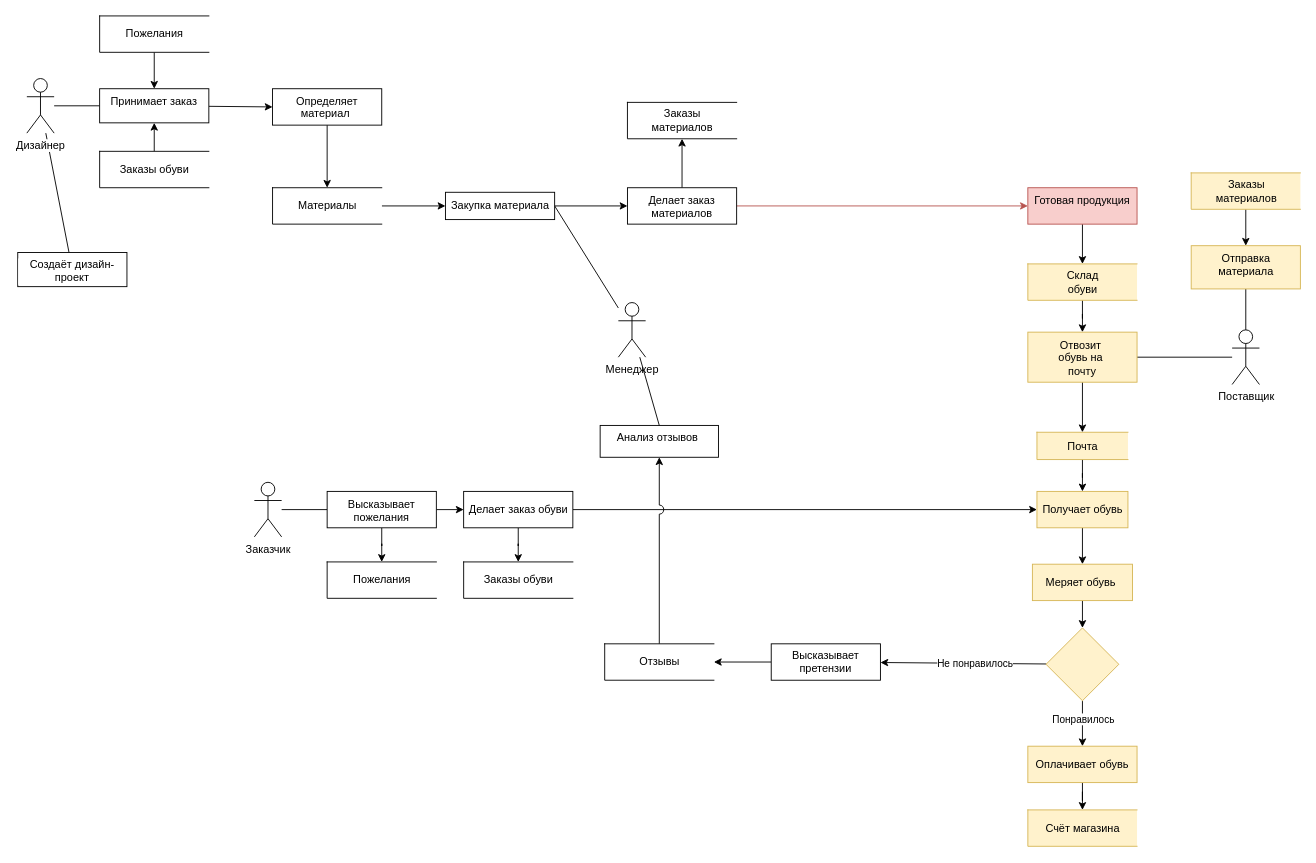
Before: DFD.drawio in MorozovStanislav/Repozitory, a draw.io diagram. Source tidied: cells renumbered, new cells numbered last; positions are measured from the earlier drawing's top-left corner, leaving out a move shared by most shapes. Both pictures are drawn from the tidied source at 91%, with x=0, y=0 at pixel (17, 15).
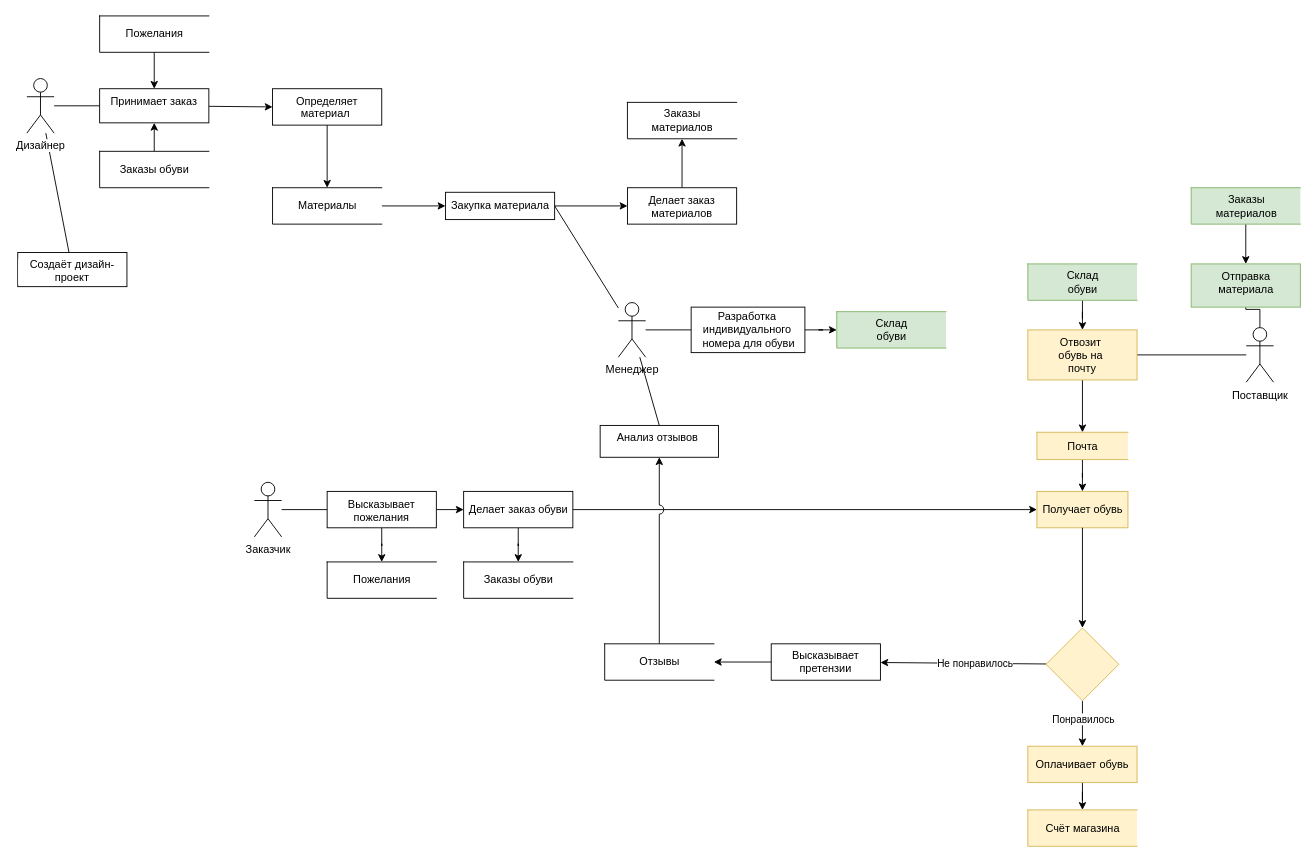
After the change.

The change refers to these unchanged cells:
```xml
<mxCell id="2" value="Менеджер" style="shape=umlActor;verticalLabelPosition=bottom;verticalAlign=top;html=1;outlineConnect=0;" parent="1" vertex="1">
  <mxGeometry x="660" y="315" width="30" height="60" as="geometry" />
</mxCell>
<mxCell id="28" value="Делает заказ материалов" style="whiteSpace=wrap;html=1;verticalAlign=top;fillColor=default;strokeColor=default;fontColor=default;" parent="1" vertex="1">
  <mxGeometry x="670" y="188.8" width="120" height="40" as="geometry" />
</mxCell>
<mxCell id="41" style="rhombus;whiteSpace=wrap;html=1;dashed=0;fillColor=#fff2cc;strokeColor=#d6b656;" parent="1" vertex="1">
  <mxGeometry x="1130" y="672.5" width="80" height="80" as="geometry" />
</mxCell>
```

Diff of the diagram source:
```diff
@@
-    <mxCell id="7" value="Поставщик" style="shape=umlActor;verticalLabelPosition=bottom;verticalAlign=top;html=1;outlineConnect=0;" parent="1" vertex="1">
-      <mxGeometry x="1334.5" y="345" width="30" height="60" as="geometry" />
+    <mxCell id="7" value="Поставщик" style="shape=umlActor;verticalLabelPosition=bottom;verticalAlign=top;html=1;outlineConnect=0;fillColor=default;strokeColor=default;fontColor=default;" parent="1" vertex="1">
+      <mxGeometry x="1350" y="342.5" width="30" height="60" as="geometry" />
     </mxCell>
@@
-    <mxCell id="27" style="edgeStyle=orthogonalEdgeStyle;rounded=0;sketch=0;jumpStyle=none;jumpSize=10;jettySize=auto;html=1;shadow=0;labelBorderColor=none;verticalAlign=middle;fillColor=#f8cecc;strokeColor=#b85450;" parent="1" edge="1" source="28" target="53">
-      <mxGeometry relative="1" as="geometry" />
-    </mxCell>
@@
-    <mxCell id="29" style="edgeStyle=none;rounded=0;jettySize=auto;html=1;endArrow=classic;endFill=1;strokeColor=default;" parent="1" edge="1" source="30" target="32">
-      <mxGeometry relative="1" as="geometry" />
-    </mxCell>
-    <mxCell id="30" value="Получает обувь" style="html=1;dashed=0;whitespace=wrap;fillColor=#fff2cc;strokeColor=#d6b656;" parent="1" vertex="1">
+    <mxCell id="30" value="Получает обувь" style="html=1;dashed=0;whitespace=wrap;fillColor=#fff2cc;strokeColor=#d6b656;fontColor=default;" parent="1" vertex="1">
       <mxGeometry x="1120" y="522.5" width="100" height="40" as="geometry" />
     </mxCell>
-    <mxCell id="31" style="edgeStyle=none;rounded=0;jettySize=auto;html=1;endArrow=classic;endFill=1;strokeColor=#000000;" parent="1" edge="1" source="32" target="41">
+    <mxCell id="31" style="edgeStyle=none;rounded=0;jettySize=auto;html=1;endArrow=classic;endFill=1;strokeColor=#000000;labelBackgroundColor=default;fontColor=default;" parent="1" edge="1" source="30" target="41">
       <mxGeometry relative="1" as="geometry" />
     </mxCell>
-    <mxCell id="32" value="Меряет обувь&amp;nbsp;" style="whiteSpace=wrap;html=1;dashed=0;fillColor=#fff2cc;strokeColor=#d6b656;" parent="1" vertex="1">
-      <mxGeometry x="1115" y="602.5" width="110" height="40" as="geometry" />
-    </mxCell>
@@
-    <mxCell id="52" style="edgeStyle=orthogonalEdgeStyle;rounded=0;jettySize=auto;html=1;" parent="1" edge="1" source="53" target="55">
+    <mxCell id="52" style="edgeStyle=orthogonalEdgeStyle;rounded=0;jettySize=auto;html=1;strokeColor=default;labelBackgroundColor=default;fontColor=default;" parent="1" edge="1" source="68" target="55">
       <mxGeometry relative="1" as="geometry" />
     </mxCell>
-    <mxCell id="53" value="Готовая продукция" style="whiteSpace=wrap;html=1;verticalAlign=top;fillColor=#f8cecc;strokeColor=#b85450;fontColor=default;" parent="1" vertex="1">
-      <mxGeometry x="1110" y="188.8" width="120" height="40" as="geometry" />
-    </mxCell>
-    <mxCell id="54" style="edgeStyle=orthogonalEdgeStyle;rounded=0;jettySize=auto;html=1;" parent="1" edge="1" source="55" target="67">
-      <mxGeometry relative="1" as="geometry" />
-    </mxCell>
-    <mxCell id="55" value="Склад &lt;br&gt;обуви" style="html=1;dashed=0;whitespace=wrap;shape=partialRectangle;right=0;fillColor=#fff2cc;strokeColor=#d6b656;" parent="1" vertex="1">
-      <mxGeometry x="1110" y="272.5" width="120" height="40" as="geometry" />
+    <mxCell id="55" value="Склад &lt;br&gt;обуви" style="html=1;dashed=0;whitespace=wrap;shape=partialRectangle;right=0;fillColor=#d5e8d4;strokeColor=#82b366;labelBackgroundColor=none;fontColor=default;" parent="1" vertex="1">
+      <mxGeometry x="900" y="325" width="120" height="40" as="geometry" />
     </mxCell>
@@
-    <mxCell id="58" value="Отправка&lt;br&gt;материала" style="whiteSpace=wrap;html=1;verticalAlign=top;fillColor=#fff2cc;strokeColor=#d6b656;" parent="1" vertex="1">
-      <mxGeometry x="1289.5" y="252.5" width="120" height="47.5" as="geometry" />
+    <mxCell id="58" value="Отправка&lt;br&gt;материала" style="whiteSpace=wrap;html=1;verticalAlign=top;fillColor=#d5e8d4;strokeColor=#82b366;fontColor=default;" parent="1" vertex="1">
+      <mxGeometry x="1289.5" y="272.5" width="120" height="47.5" as="geometry" />
     </mxCell>
@@
-    <mxCell id="60" value="Заказы &lt;br&gt;материалов" style="html=1;dashed=0;whitespace=wrap;shape=partialRectangle;right=0;fillColor=#fff2cc;strokeColor=#d6b656;" parent="1" vertex="1">
-      <mxGeometry x="1289.5" y="172.5" width="120" height="40" as="geometry" />
+    <mxCell id="60" value="Заказы &lt;br&gt;материалов" style="html=1;dashed=0;whitespace=wrap;shape=partialRectangle;right=0;fillColor=#d5e8d4;strokeColor=#82b366;fontColor=default;" parent="1" vertex="1">
+      <mxGeometry x="1289.5" y="188.8" width="120" height="40" as="geometry" />
     </mxCell>
@@
-    <mxCell id="67" value="Отвозит&amp;nbsp;&lt;br&gt;обувь на&amp;nbsp;&lt;br&gt;почту" style="whiteSpace=wrap;html=1;verticalAlign=top;fillColor=#fff2cc;strokeColor=#d6b656;" parent="1" vertex="1">
-      <mxGeometry x="1110" y="347.5" width="120" height="55" as="geometry" />
+    <mxCell id="67" value="Отвозит&amp;nbsp;&lt;br&gt;обувь на&amp;nbsp;&lt;br&gt;почту" style="whiteSpace=wrap;html=1;verticalAlign=top;fillColor=#fff2cc;strokeColor=#d6b656;fontColor=default;" parent="1" vertex="1">
+      <mxGeometry x="1110" y="345" width="120" height="55" as="geometry" />
     </mxCell>
+    <mxCell id="68" value="Разработка&amp;nbsp;&lt;br&gt;индивидуального&amp;nbsp;&lt;br&gt;номера для обуви&lt;br&gt;" style="html=1;dashed=0;whitespace=wrap;fontColor=default;fillColor=default;strokeColor=default;labelBackgroundColor=default;" parent="1" vertex="1">
+      <mxGeometry x="740" y="320" width="125" height="50" as="geometry" />
+    </mxCell>
+    <mxCell id="69" style="endArrow=none;html=1;rounded=0;labelBackgroundColor=default;fontColor=default;strokeColor=default;" parent="1" edge="1" source="2" target="68">
+      <mxGeometry relative="1" as="geometry" />
+    </mxCell>
+    <mxCell id="70" style="edgeStyle=orthogonalEdgeStyle;rounded=0;jettySize=auto;html=1;labelBackgroundColor=default;fontColor=default;strokeColor=default;" parent="1" edge="1" source="71" target="67">
+      <mxGeometry relative="1" as="geometry" />
+    </mxCell>
+    <mxCell id="71" value="Склад &lt;br&gt;обуви" style="html=1;dashed=0;whitespace=wrap;shape=partialRectangle;right=0;fillColor=#d5e8d4;strokeColor=#82b366;labelBackgroundColor=none;fontColor=default;" parent="1" vertex="1">
+      <mxGeometry x="1110" y="272.5" width="120" height="40" as="geometry" />
+    </mxCell>
```
